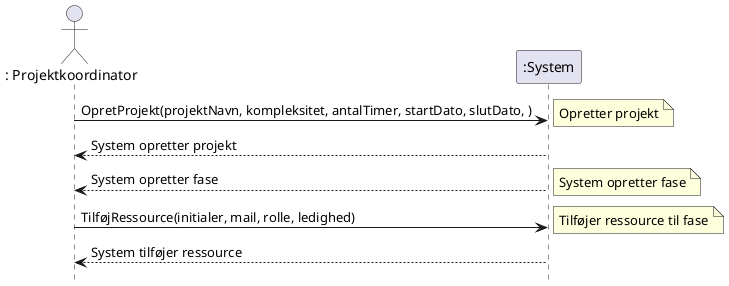
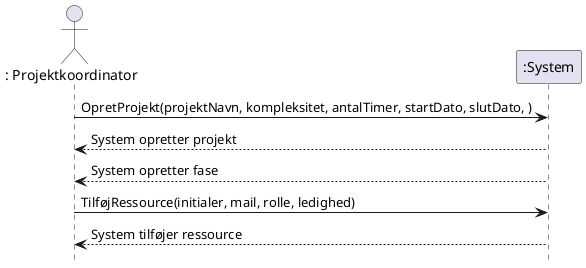
@startuml
hide empty method
hide footbox /' Fjerner aktør og system i bunden'/


'Aktører'
Actor ": Projektkoordinator" as L
participant ":System" as S


'Commands'
L -> S: OpretProjekt(projektNavn, kompleksitet, antalTimer, startDato, slutDato, )
- note right: Opretter projekt
S --> L: System opretter projekt


S --> L: System opretter fase
- note right: System opretter fase

L -> S: TilføjRessource(initialer, mail, rolle, ledighed)
- note right: Tilføjer ressource til fase
S --> L: System tilføjer ressource

@enduml